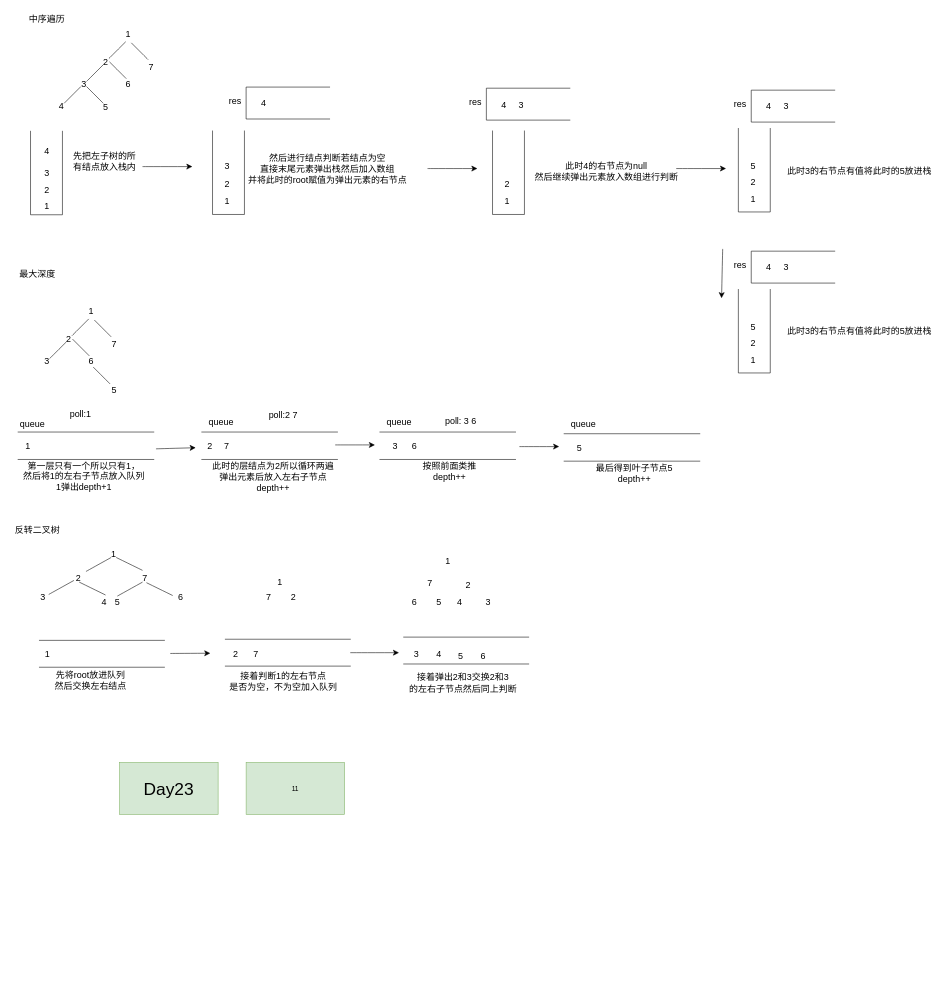
This is leetcode/leetcode.drawio from mianbaosao/drawio, a draw.io file, before an edit. Source tidied: cells renumbered, new cells numbered last; positions are measured from the earlier drawing's top-left corner, leaving out a move shared by most shapes. Both pictures are drawn from the tidied source at 56%, with x=0, y=0 at pixel (9, 10).
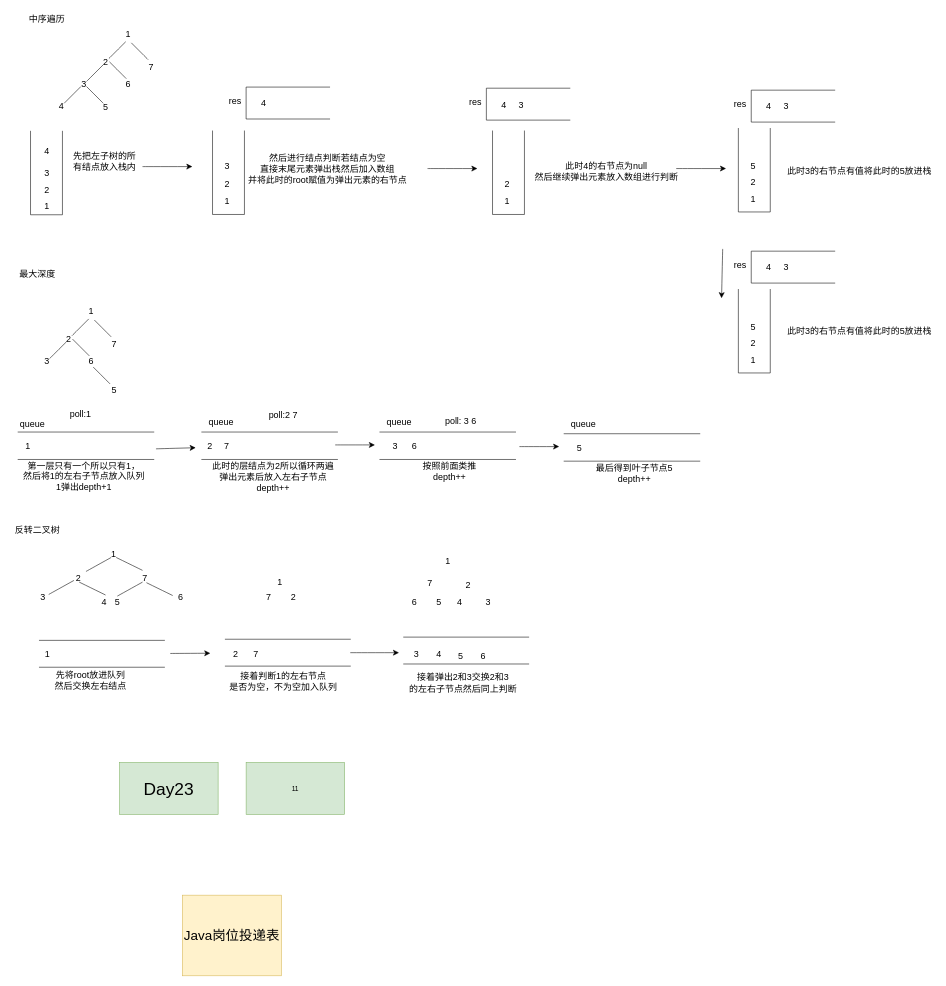
Above is the later version.

The edit, as a diff of the source:
```diff
@@
+    <mxCell id="137" value="Java岗位投递表" style="rounded=0;whiteSpace=wrap;html=1;fontSize=24;fillColor=#fff2cc;strokeColor=#d6b656;" parent="1" vertex="1">
+      <mxGeometry x="309" y="1581" width="177" height="144" as="geometry" />
+    </mxCell>
```
